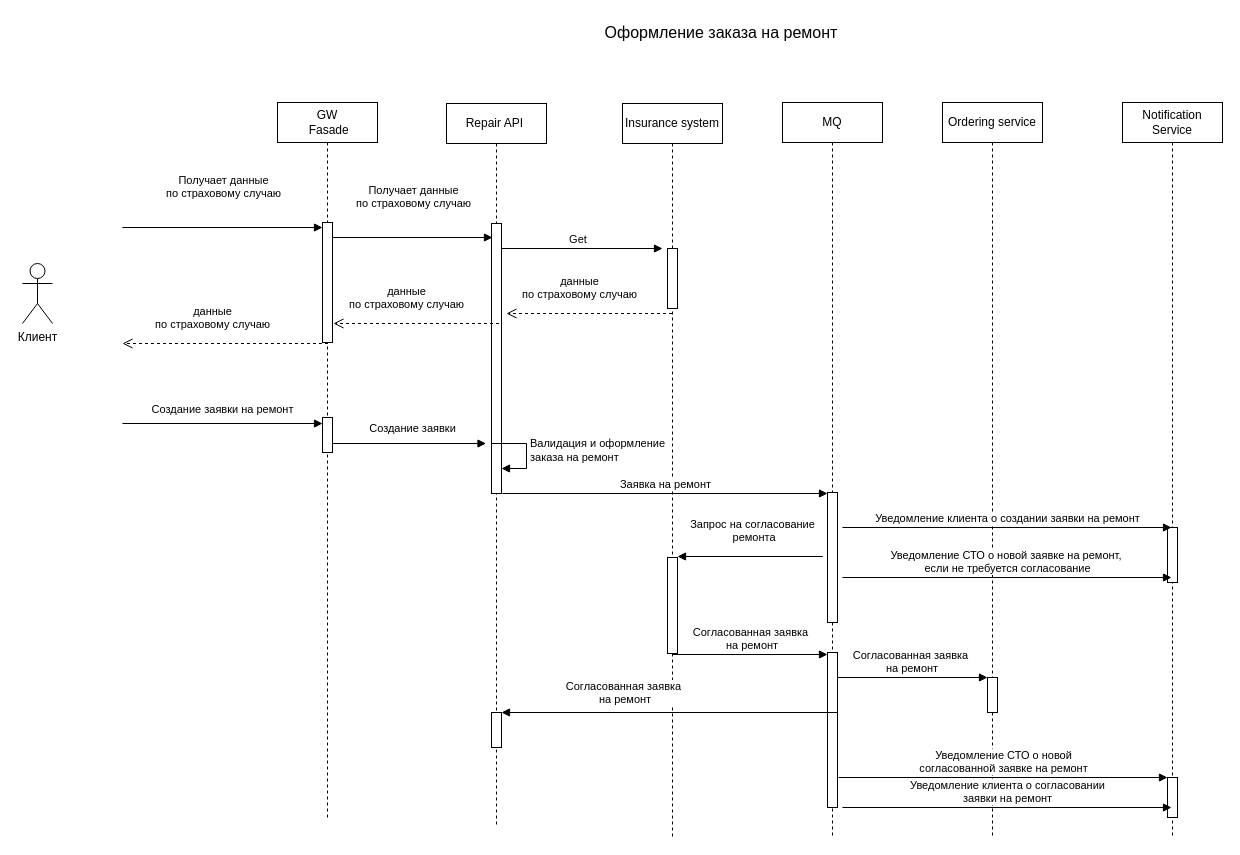
samsonovsa/OtusArhitectureFinalProject keeps this draw.io diagram as 2.Solution/5_1 Sequence_Diagramm.drawio. Above is the earlier version. Source tidied: cells renumbered, new cells numbered last; positions are measured from the earlier drawing's top-left corner, leaving out a move shared by most shapes. Both pictures are drawn from the tidied source at 100%, with x=0, y=0 at pixel (22, 17).
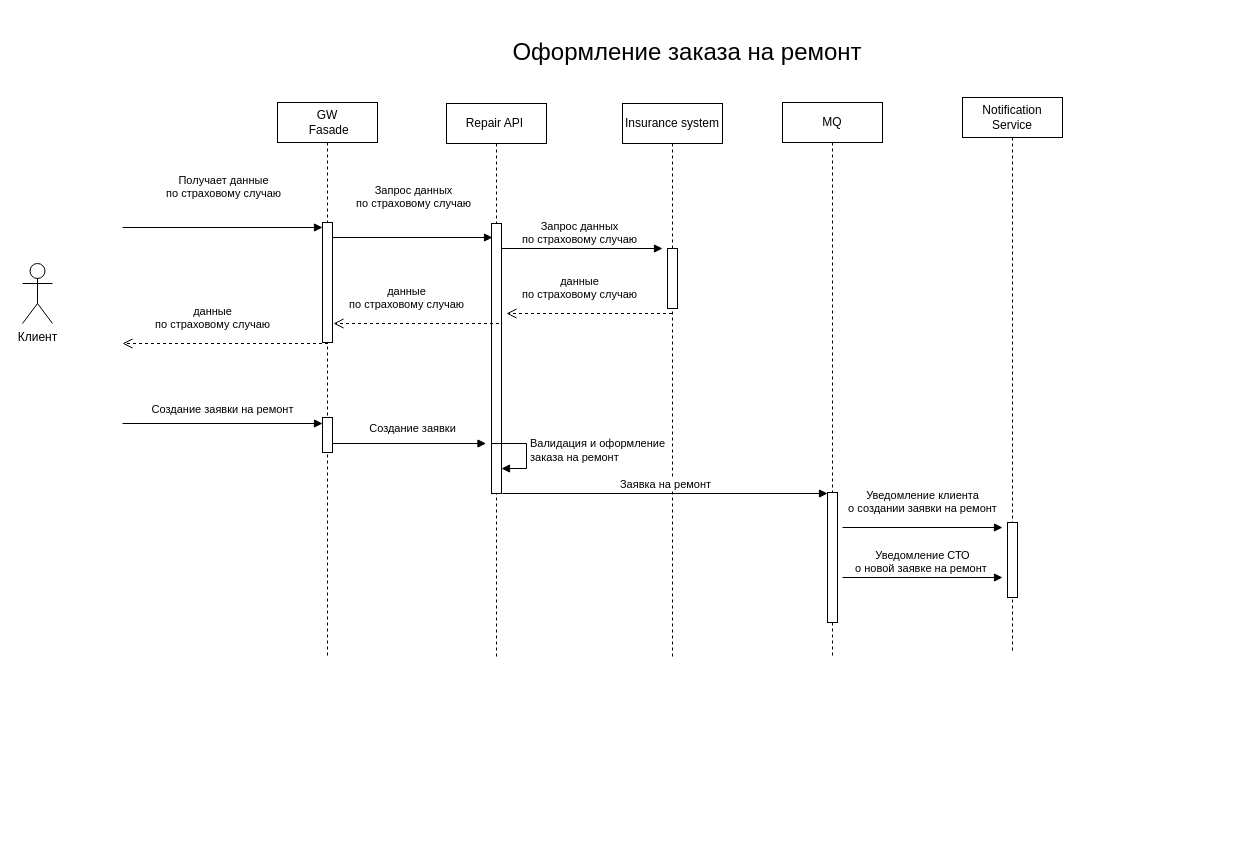
The same page after the edit.

Diff of the diagram source:
```diff
@@
     <mxCell id="2" value="Insurance system" style="shape=umlLifeline;perimeter=lifelinePerimeter;whiteSpace=wrap;html=1;newEdgeStyle={&quot;edgeStyle&quot;:&quot;elbowEdgeStyle&quot;,&quot;elbow&quot;:&quot;vertical&quot;,&quot;curved&quot;:0,&quot;rounded&quot;:0};labelBackgroundColor=default;" parent="1" vertex="1">
-      <mxGeometry x="600" y="86" width="100" height="734" as="geometry" />
+      <mxGeometry x="600" y="86" width="100" height="554" as="geometry" />
     </mxCell>
@@
-    <mxCell id="4" style="html=1;perimeter=orthogonalPerimeter;targetShapes=umlLifeline;newEdgeStyle={&quot;curved&quot;:0,&quot;rounded&quot;:0};" parent="2" vertex="1">
-      <mxGeometry x="45" y="454" width="10" height="96" as="geometry" />
-    </mxCell>
     <mxCell id="5" value="MQ" style="shape=umlLifeline;perimeter=lifelinePerimeter;whiteSpace=wrap;html=1;outlineConnect=0;portConstraint=eastwest;newEdgeStyle={&quot;edgeStyle&quot;:&quot;elbowEdgeStyle&quot;,&quot;elbow&quot;:&quot;vertical&quot;,&quot;curved&quot;:0,&quot;rounded&quot;:0};" parent="1" vertex="1">
-      <mxGeometry x="760" y="85" width="100" height="735" as="geometry" />
+      <mxGeometry x="760" y="85" width="100" height="555" as="geometry" />
     </mxCell>
@@
     <mxCell id="7" value="Notification Service" style="shape=umlLifeline;perimeter=lifelinePerimeter;whiteSpace=wrap;html=1;newEdgeStyle={&quot;edgeStyle&quot;:&quot;elbowEdgeStyle&quot;,&quot;elbow&quot;:&quot;vertical&quot;,&quot;curved&quot;:0,&quot;rounded&quot;:0};" parent="1" vertex="1">
-      <mxGeometry x="1100" y="85" width="100" height="735" as="geometry" />
+      <mxGeometry x="940" y="80" width="100" height="555" as="geometry" />
     </mxCell>
     <mxCell id="8" style="html=1;perimeter=orthogonalPerimeter;targetShapes=umlLifeline;newEdgeStyle={&quot;curved&quot;:0,&quot;rounded&quot;:0};" parent="7" vertex="1">
-      <mxGeometry x="45" y="425" width="10" height="55" as="geometry" />
+      <mxGeometry x="45" y="425" width="10" height="75" as="geometry" />
     </mxCell>
-    <mxCell id="9" value="Ordering service" style="shape=umlLifeline;perimeter=lifelinePerimeter;whiteSpace=wrap;html=1;newEdgeStyle={&quot;edgeStyle&quot;:&quot;elbowEdgeStyle&quot;,&quot;elbow&quot;:&quot;vertical&quot;,&quot;curved&quot;:0,&quot;rounded&quot;:0};" parent="1" vertex="1">
-      <mxGeometry x="920" y="85" width="100" height="735" as="geometry" />
-    </mxCell>
-    <mxCell id="10" style="html=1;points=[[0,0,0,0,5],[0,1,0,0,-5],[1,0,0,0,5],[1,1,0,0,-5]];perimeter=orthogonalPerimeter;outlineConnect=0;targetShapes=umlLifeline;portConstraint=eastwest;newEdgeStyle={&quot;curved&quot;:0,&quot;rounded&quot;:0};" parent="9" vertex="1">
-      <mxGeometry x="45" y="575" width="10" height="35" as="geometry" />
-    </mxCell>
@@
-    <mxCell id="12" value="Get&amp;nbsp;" style="html=1;verticalAlign=bottom;endArrow=block;curved=0;rounded=0;" parent="1" edge="1">
+    <mxCell id="12" value="Запрос данных&lt;br style=&quot;border-color: var(--border-color);&quot;&gt;по страховому случаю" style="html=1;verticalAlign=bottom;endArrow=block;curved=0;rounded=0;" parent="1" edge="1">
       <mxGeometry relative="1" as="geometry">
         <mxPoint x="473.5" y="231" as="sourcePoint" />
         <mxPoint x="640" y="231" as="targetPoint" />
       </mxGeometry>
     </mxCell>
@@
     <mxCell id="14" value="Repair API&amp;nbsp;" style="shape=umlLifeline;perimeter=lifelinePerimeter;whiteSpace=wrap;html=1;outlineConnect=0;portConstraint=eastwest;newEdgeStyle={&quot;curved&quot;:0,&quot;rounded&quot;:0};" parent="1" vertex="1">
-      <mxGeometry x="424" y="86" width="100" height="724" as="geometry" />
+      <mxGeometry x="424" y="86" width="100" height="554" as="geometry" />
     </mxCell>
@@
-    <mxCell id="20" value="Оформление заказа на ремонт" style="text;html=1;strokeColor=none;fillColor=none;align=center;verticalAlign=middle;whiteSpace=wrap;rounded=0;fontSize=16;" parent="1" vertex="1">
-      <mxGeometry x="294" width="810" height="30" as="geometry" />
+    <mxCell id="20" value="Оформление заказа на ремонт" style="text;html=1;strokeColor=none;fillColor=none;align=center;verticalAlign=middle;whiteSpace=wrap;rounded=0;fontSize=24;" parent="1" vertex="1">
+      <mxGeometry x="260" y="20" width="810" height="30" as="geometry" />
     </mxCell>
@@
     <mxCell id="22" value="GW&lt;br&gt;&amp;nbsp;Fasade" style="shape=umlLifeline;perimeter=lifelinePerimeter;whiteSpace=wrap;html=1;newEdgeStyle={&quot;curved&quot;:0,&quot;rounded&quot;:0};" parent="1" vertex="1">
-      <mxGeometry x="255" y="85" width="100" height="715" as="geometry" />
+      <mxGeometry x="255" y="85" width="100" height="555" as="geometry" />
     </mxCell>
@@
-    <mxCell id="25" value="Получает данные &lt;br&gt;по страховому случаю" style="html=1;verticalAlign=bottom;endArrow=block;curved=0;rounded=0;entryX=0;entryY=0;entryDx=0;entryDy=5;entryPerimeter=0;" parent="1" edge="1">
+    <mxCell id="25" value="Запрос данных&lt;br&gt;по страховому случаю" style="html=1;verticalAlign=bottom;endArrow=block;curved=0;rounded=0;entryX=0;entryY=0;entryDx=0;entryDy=5;entryPerimeter=0;" parent="1" edge="1">
       <mxGeometry x="0.01" y="25" relative="1" as="geometry">
         <mxPoint x="310" y="220" as="sourcePoint" />
         <mxPoint x="470" y="220" as="targetPoint" />
       </mxGeometry>
     </mxCell>
@@
-    <mxCell id="29" value="Согласованная заявка&lt;br style=&quot;border-color: var(--border-color);&quot;&gt;&amp;nbsp;на ремонт" style="html=1;verticalAlign=bottom;endArrow=block;curved=0;rounded=0;" parent="1" edge="1" source="5" target="10">
-      <mxGeometry relative="1" as="geometry" />
-    </mxCell>
-    <mxCell id="30" value="Уведомление клиента о создании заявки на ремонт" style="html=1;verticalAlign=bottom;endArrow=block;curved=0;rounded=0;" parent="1" edge="1">
-      <mxGeometry relative="1" as="geometry">
+    <mxCell id="30" value="Уведомление клиента &lt;br&gt;о создании заявки на ремонт" style="html=1;verticalAlign=bottom;endArrow=block;curved=0;rounded=0;" parent="1" edge="1">
+      <mxGeometry y="10" relative="1" as="geometry">
         <mxPoint x="820" y="510" as="sourcePoint" />
-        <mxPoint x="1149" y="510" as="targetPoint" />
+        <mxPoint x="980" y="510" as="targetPoint" />
       </mxGeometry>
     </mxCell>
-    <mxCell id="31" value="Запрос на согласование&lt;br&gt;&amp;nbsp;ремонта" style="html=1;verticalAlign=bottom;endArrow=block;curved=0;rounded=0;" parent="1" edge="1">
-      <mxGeometry x="0.36" y="-10" relative="1" as="geometry">
-        <mxPoint x="710" y="539" as="sourcePoint" />
-        <mxPoint x="655" y="539" as="targetPoint" />
-        <Array as="points">
-          <mxPoint x="740" y="539" />
-          <mxPoint x="800" y="539" />
-        </Array>
-      </mxGeometry>
-    </mxCell>
-    <mxCell id="32" style="html=1;perimeter=orthogonalPerimeter;targetShapes=umlLifeline;newEdgeStyle={&quot;curved&quot;:0,&quot;rounded&quot;:0};" parent="1" vertex="1">
-      <mxGeometry x="805" y="635" width="10" height="155" as="geometry" />
-    </mxCell>
-    <mxCell id="33" value="Согласованная заявка&lt;br&gt;&amp;nbsp;на ремонт" style="html=1;verticalAlign=bottom;endArrow=block;curved=0;rounded=0;" parent="1" edge="1">
-      <mxGeometry relative="1" as="geometry">
-        <mxPoint x="650" y="637" as="sourcePoint" />
-        <mxPoint x="805" y="637" as="targetPoint" />
-      </mxGeometry>
-    </mxCell>
-    <mxCell id="34" style="html=1;perimeter=orthogonalPerimeter;targetShapes=umlLifeline;newEdgeStyle={&quot;curved&quot;:0,&quot;rounded&quot;:0};" parent="1" vertex="1">
-      <mxGeometry x="1145" y="760" width="10" height="40" as="geometry" />
-    </mxCell>
-    <mxCell id="35" value="Согласованная заявка&lt;br style=&quot;border-color: var(--border-color);&quot;&gt;&amp;nbsp;на ремонт" style="html=1;verticalAlign=bottom;endArrow=block;curved=0;rounded=0;" parent="1" edge="1" source="37" target="14">
-      <mxGeometry y="129" relative="1" as="geometry">
-        <mxPoint x="127" y="-22" as="offset" />
-      </mxGeometry>
-    </mxCell>
-    <mxCell id="36" style="html=1;verticalAlign=bottom;endArrow=block;curved=0;rounded=0;" parent="1" edge="1" target="37">
-      <mxGeometry x="0.36" y="-10" relative="1" as="geometry">
-        <mxPoint x="725" y="695" as="sourcePoint" />
-        <Array as="points">
-          <mxPoint x="755" y="695" />
-          <mxPoint x="815" y="695" />
-        </Array>
-      </mxGeometry>
-    </mxCell>
-    <mxCell id="37" style="html=1;points=[[0,0,0,0,5],[0,1,0,0,-5],[1,0,0,0,5],[1,1,0,0,-5]];perimeter=orthogonalPerimeter;outlineConnect=0;targetShapes=umlLifeline;portConstraint=eastwest;newEdgeStyle={&quot;curved&quot;:0,&quot;rounded&quot;:0};" parent="1" vertex="1">
-      <mxGeometry x="469" y="695" width="10" height="35" as="geometry" />
-    </mxCell>
-    <mxCell id="38" value="Уведомление СТО о новой &lt;br&gt;согласованной заявке на ремонт" style="html=1;verticalAlign=bottom;endArrow=block;curved=0;rounded=0;" parent="1" edge="1">
-      <mxGeometry relative="1" as="geometry">
-        <mxPoint x="816" y="760" as="sourcePoint" />
-        <mxPoint x="1145" y="760" as="targetPoint" />
-      </mxGeometry>
-    </mxCell>
-    <mxCell id="39" value="Уведомление СТО о новой заявке на ремонт,&amp;nbsp;&lt;br&gt;если не требуется согласование" style="html=1;verticalAlign=bottom;endArrow=block;curved=0;rounded=0;" parent="1" edge="1">
+    <mxCell id="39" value="Уведомление СТО &lt;br&gt;о новой заявке на ремонт&amp;nbsp;" style="html=1;verticalAlign=bottom;endArrow=block;curved=0;rounded=0;" parent="1" edge="1">
       <mxGeometry relative="1" as="geometry">
         <mxPoint x="820" y="560" as="sourcePoint" />
-        <mxPoint x="1149" y="560" as="targetPoint" />
+        <mxPoint x="980" y="560" as="targetPoint" />
       </mxGeometry>
     </mxCell>
-    <mxCell id="40" value="Уведомление клиента о согласовании&lt;br&gt;заявки на ремонт" style="html=1;verticalAlign=bottom;endArrow=block;curved=0;rounded=0;" parent="1" edge="1">
-      <mxGeometry relative="1" as="geometry">
-        <mxPoint x="820" y="790" as="sourcePoint" />
-        <mxPoint x="1149" y="790" as="targetPoint" />
-      </mxGeometry>
-    </mxCell>
```
